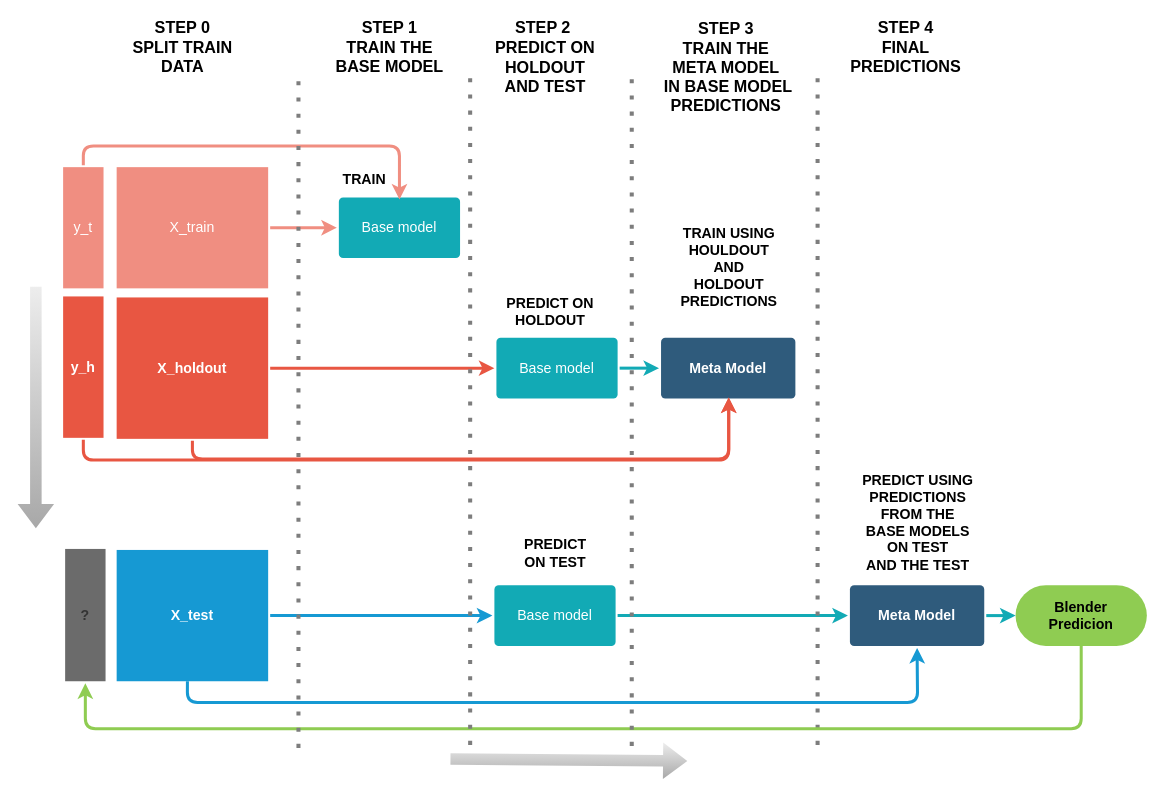
The draw.io diagram diagrams/blending.drawio in maikereis/ensembling_techniques, before the edit. Source tidied: cells renumbered, new cells numbered last; positions are measured from the earlier drawing's top-left corner, leaving out a move shared by most shapes. Both pictures are drawn from the tidied source at 101%, with x=0, y=0 at pixel (35, 21).
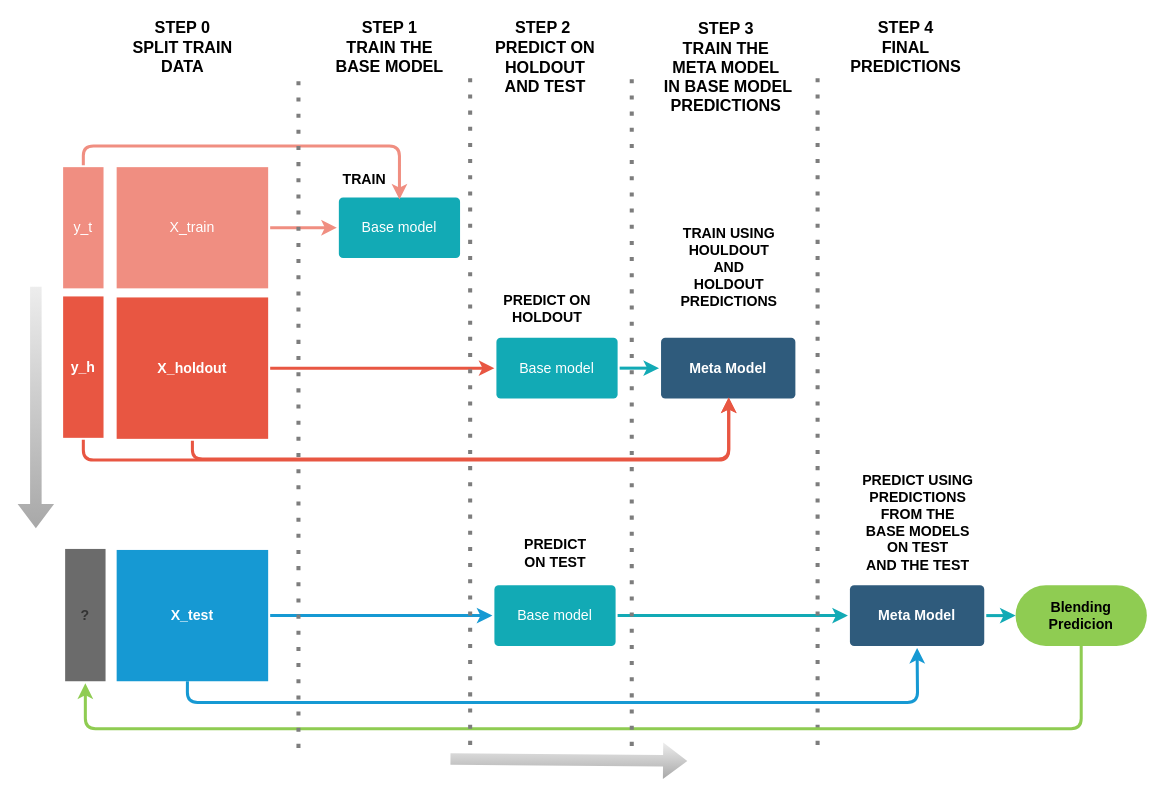
The same diagram, later.

Change to the diagram source:
```diff
@@
     <mxCell id="8" value="&lt;b&gt;&lt;font style=&quot;font-size: 14px&quot;&gt;PREDICT ON &lt;br&gt;HOLDOUT&lt;/font&gt;&lt;/b&gt;" style="text;html=1;align=center;verticalAlign=middle;strokeColor=none;fillColor=none;" parent="1" vertex="1">
-      <mxGeometry x="459" y="267" width="100" height="40" as="geometry" />
+      <mxGeometry x="456" y="264" width="100" height="40" as="geometry" />
     </mxCell>
@@
-    <mxCell id="30" value="&lt;b&gt;Blender &lt;br&gt;Predicion&lt;/b&gt;" style="rounded=1;whiteSpace=wrap;html=1;fontSize=14;fillColor=#8FCC52;strokeColor=none;arcSize=50;strokeWidth=4;" parent="1" vertex="1">
+    <mxCell id="30" value="&lt;b&gt;Blending&lt;br&gt;Predicion&lt;/b&gt;" style="rounded=1;whiteSpace=wrap;html=1;fontSize=14;fillColor=#8FCC52;strokeColor=none;arcSize=50;strokeWidth=4;" parent="1" vertex="1">
       <mxGeometry x="970" y="558" width="130" height="60" as="geometry" />
     </mxCell>
```
